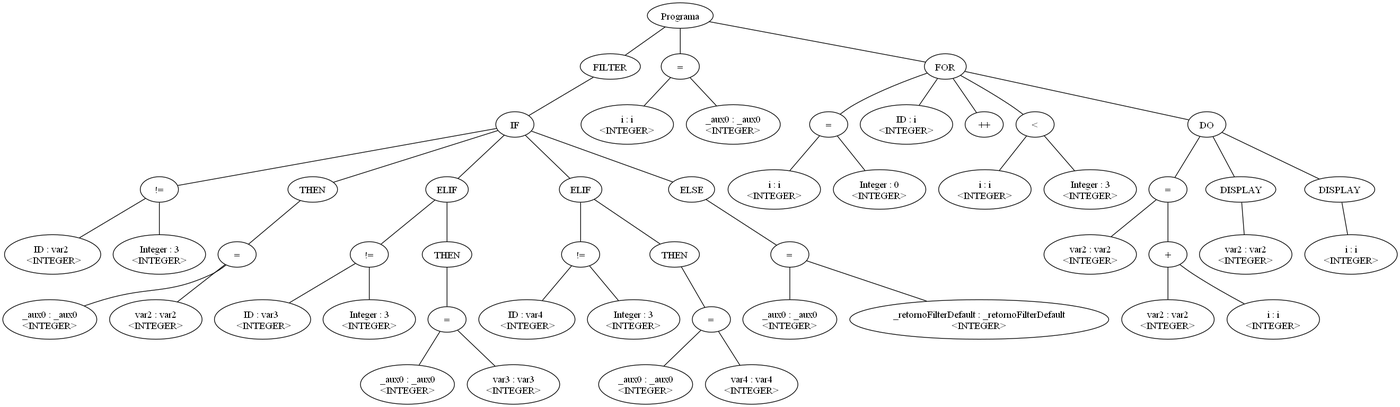
The Graphviz diagram arbol.png in leandroprios/compilador, before a commit. Its source is kept beside it as arbol.dot.
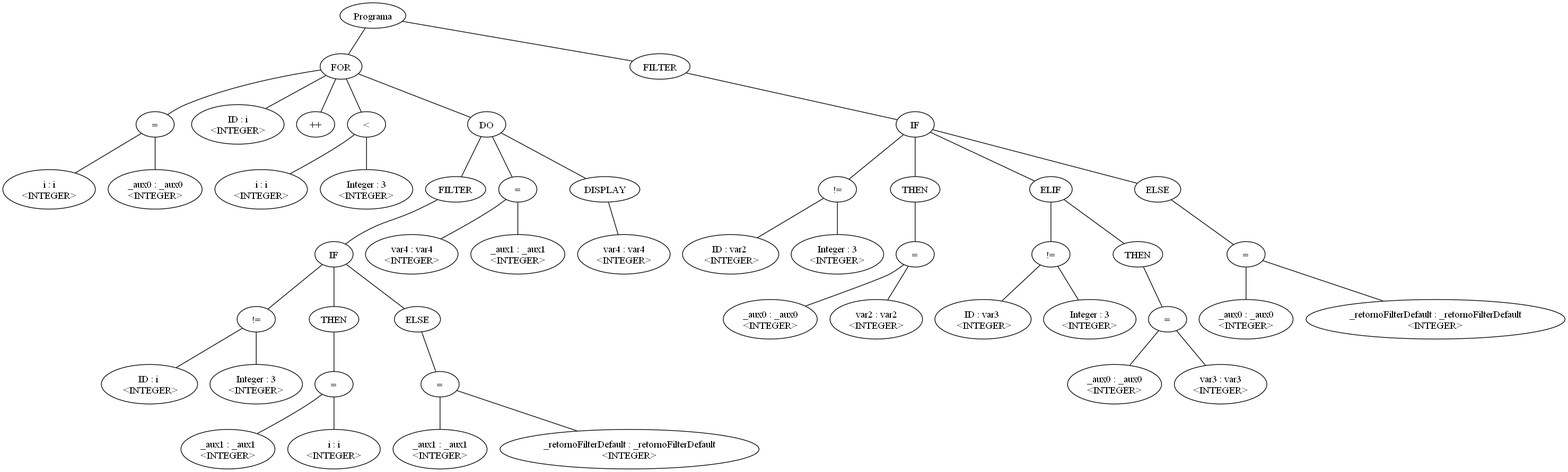
After the commit.

Change to the diagram source:
```diff
@@ -1,107 +1,103 @@
-graph G {nodo_96469881[label="Programa"]
-nodo_160537326[label="FILTER"]
-nodo_96469881--nodo_160537326
-nodo_524641204[label="IF"]
-nodo_160537326--nodo_524641204
-nodo_662877222[label="!="]
-nodo_524641204--nodo_662877222
-nodo_584888420[label="ID : var2
+graph G {nodo_1580000674[label="Programa"]
+nodo_1832519751[label="FOR"]
+nodo_1580000674--nodo_1832519751
+nodo_1469400821[label="FILTER"]
+nodo_1580000674--nodo_1469400821
+nodo_281303780[label="IF"]
+nodo_1469400821--nodo_281303780
+nodo_696036523[label="!="]
+nodo_281303780--nodo_696036523
+nodo_339341811[label="ID : var2
  <INTEGER>"]
-nodo_662877222--nodo_584888420
-nodo_656349243[label="Integer : 3\n<INTEGER>"]
-nodo_662877222--nodo_656349243
-nodo_326342575[label="="]
-nodo_860470169--nodo_326342575
-nodo_568468067[label="_aux0 : _aux0\n<INTEGER>"]
-nodo_326342575--nodo_568468067
-nodo_1719331243[label="var2 : var2\n<INTEGER>"]
-nodo_326342575--nodo_1719331243
-nodo_524641204--nodo_860470169
-nodo_860470169[label="THEN"]
-nodo_972811167[label="ELIF"]
-nodo_524641204--nodo_972811167
-nodo_909827552[label="!="]
-nodo_972811167--nodo_909827552
-nodo_117112958[label="ID : var3
+nodo_696036523--nodo_339341811
+nodo_1768337263[label="Integer : 3\n<INTEGER>"]
+nodo_696036523--nodo_1768337263
+nodo_1531431901[label="="]
+nodo_406382710--nodo_1531431901
+nodo_387067370[label="_aux0 : _aux0\n<INTEGER>"]
+nodo_1531431901--nodo_387067370
+nodo_1291841682[label="var2 : var2\n<INTEGER>"]
+nodo_1531431901--nodo_1291841682
+nodo_281303780--nodo_406382710
+nodo_406382710[label="THEN"]
+nodo_280900533[label="ELIF"]
+nodo_281303780--nodo_280900533
+nodo_1975651164[label="!="]
+nodo_280900533--nodo_1975651164
+nodo_1933116787[label="ID : var3
  <INTEGER>"]
-nodo_909827552--nodo_117112958
-nodo_939366075[label="Integer : 3\n<INTEGER>"]
-nodo_909827552--nodo_939366075
-nodo_972811167--nodo_11048890
-nodo_11048890[label="THEN"]
-nodo_1362900168[label="="]
-nodo_11048890--nodo_1362900168
-nodo_831071954[label="_aux0 : _aux0\n<INTEGER>"]
-nodo_1362900168--nodo_831071954
-nodo_1865365613[label="var3 : var3\n<INTEGER>"]
-nodo_1362900168--nodo_1865365613
-nodo_876356477[label="ELIF"]
-nodo_524641204--nodo_876356477
-nodo_76995398[label="!="]
-nodo_876356477--nodo_76995398
-nodo_2094121648[label="ID : var4
+nodo_1975651164--nodo_1933116787
+nodo_1089536230[label="Integer : 3\n<INTEGER>"]
+nodo_1975651164--nodo_1089536230
+nodo_280900533--nodo_296785517
+nodo_296785517[label="THEN"]
+nodo_557035734[label="="]
+nodo_296785517--nodo_557035734
+nodo_1154406215[label="_aux0 : _aux0\n<INTEGER>"]
+nodo_557035734--nodo_1154406215
+nodo_2145861680[label="var3 : var3\n<INTEGER>"]
+nodo_557035734--nodo_2145861680
+nodo_281303780--nodo_53399953
+nodo_53399953[label="ELSE"]
+nodo_937007386[label="="]
+nodo_53399953--nodo_937007386
+nodo_189803063[label="_aux0 : _aux0\n<INTEGER>"]
+nodo_937007386--nodo_189803063
+nodo_966177013[label="_retornoFilterDefault : _retornoFilterDefault\n<INTEGER>"]
+nodo_937007386--nodo_966177013
+nodo_2092269879[label="="]
+nodo_1832519751--nodo_2092269879
+nodo_123721458[label="i : i\n<INTEGER>"]
+nodo_2092269879--nodo_123721458
+nodo_232019388[label="_aux0 : _aux0\n<INTEGER>"]
+nodo_2092269879--nodo_232019388
+nodo_1832519751--nodo_1369823452
+nodo_1369823452[label="ID : i\n<INTEGER>"]
+nodo_1832519751--nodo_29973995
+nodo_29973995[label="++"]
+nodo_674524252[label="<"]
+nodo_1832519751--nodo_674524252
+nodo_132298067[label="i : i\n<INTEGER>"]
+nodo_674524252--nodo_132298067
+nodo_1284478529[label="Integer : 3\n<INTEGER>"]
+nodo_674524252--nodo_1284478529
+nodo_1832519751--nodo_688974974
+nodo_688974974[label="DO"]
+nodo_856933428[label="FILTER"]
+nodo_688974974--nodo_856933428
+nodo_944638086[label="IF"]
+nodo_856933428--nodo_944638086
+nodo_705985265[label="!="]
+nodo_944638086--nodo_705985265
+nodo_437898348[label="ID : i
  <INTEGER>"]
-nodo_76995398--nodo_2094121648
-nodo_1789620503[label="Integer : 3\n<INTEGER>"]
-nodo_76995398--nodo_1789620503
-nodo_876356477--nodo_103340608
-nodo_103340608[label="THEN"]
-nodo_1071218932[label="="]
-nodo_103340608--nodo_1071218932
-nodo_229060770[label="_aux0 : _aux0\n<INTEGER>"]
-nodo_1071218932--nodo_229060770
-nodo_2140252132[label="var4 : var4\n<INTEGER>"]
-nodo_1071218932--nodo_2140252132
-nodo_524641204--nodo_513536233
-nodo_513536233[label="ELSE"]
-nodo_1308836552[label="="]
-nodo_513536233--nodo_1308836552
-nodo_1034855900[label="_aux0 : _aux0\n<INTEGER>"]
-nodo_1308836552--nodo_1034855900
-nodo_154710251[label="_retornoFilterDefault : _retornoFilterDefault\n<INTEGER>"]
-nodo_1308836552--nodo_154710251
-nodo_2070190255[label="="]
-nodo_96469881--nodo_2070190255
-nodo_799379465[label="i : i\n<INTEGER>"]
-nodo_2070190255--nodo_799379465
-nodo_1743605860[label="_aux0 : _aux0\n<INTEGER>"]
-nodo_2070190255--nodo_1743605860
-nodo_731782042[label="FOR"]
-nodo_96469881--nodo_731782042
-nodo_1960861606[label="="]
-nodo_731782042--nodo_1960861606
-nodo_2009513195[label="i : i\n<INTEGER>"]
-nodo_1960861606--nodo_2009513195
-nodo_2049293319[label="Integer : 0\n<INTEGER>"]
-nodo_1960861606--nodo_2049293319
-nodo_731782042--nodo_1465343212
-nodo_1465343212[label="ID : i\n<INTEGER>"]
-nodo_731782042--nodo_565983762
-nodo_565983762[label="++"]
-nodo_364155657[label="<"]
-nodo_731782042--nodo_364155657
-nodo_1109835836[label="i : i\n<INTEGER>"]
-nodo_364155657--nodo_1109835836
-nodo_34217664[label="Integer : 3\n<INTEGER>"]
-nodo_364155657--nodo_34217664
-nodo_731782042--nodo_558722972
-nodo_558722972[label="DO"]
-nodo_1868005969[label="="]
-nodo_558722972--nodo_1868005969
-nodo_1581938793[label="var2 : var2\n<INTEGER>"]
-nodo_1868005969--nodo_1581938793
-nodo_714699964[label="+"]
-nodo_1868005969--nodo_714699964
-nodo_2025292593[label="var2 : var2\n<INTEGER>"]
-nodo_714699964--nodo_2025292593
-nodo_723633020[label="i : i\n<INTEGER>"]
-nodo_714699964--nodo_723633020
-nodo_648376129[label="DISPLAY"]
-nodo_558722972--nodo_648376129
-nodo_1207489469[label="var2 : var2\n<INTEGER>"]
-nodo_648376129--nodo_1207489469
-nodo_59928184[label="DISPLAY"]
-nodo_558722972--nodo_59928184
-nodo_638416725[label="i : i\n<INTEGER>"]
-nodo_59928184--nodo_638416725
+nodo_705985265--nodo_437898348
+nodo_923175295[label="Integer : 3\n<INTEGER>"]
+nodo_705985265--nodo_923175295
+nodo_2143595809[label="="]
+nodo_811806317--nodo_2143595809
+nodo_1980666842[label="_aux1 : _aux1\n<INTEGER>"]
+nodo_2143595809--nodo_1980666842
+nodo_572541915[label="i : i\n<INTEGER>"]
+nodo_2143595809--nodo_572541915
+nodo_944638086--nodo_811806317
+nodo_811806317[label="THEN"]
+nodo_944638086--nodo_490631993
+nodo_490631993[label="ELSE"]
+nodo_569275281[label="="]
+nodo_490631993--nodo_569275281
+nodo_2065264424[label="_aux1 : _aux1\n<INTEGER>"]
+nodo_569275281--nodo_2065264424
+nodo_2039194578[label="_retornoFilterDefault : _retornoFilterDefault\n<INTEGER>"]
+nodo_569275281--nodo_2039194578
+nodo_1507152299[label="="]
+nodo_688974974--nodo_1507152299
+nodo_192267259[label="var4 : var4\n<INTEGER>"]
+nodo_1507152299--nodo_192267259
+nodo_992316818[label="_aux1 : _aux1\n<INTEGER>"]
+nodo_1507152299--nodo_992316818
+nodo_521415703[label="DISPLAY"]
+nodo_688974974--nodo_521415703
+nodo_1816096343[label="var4 : var4\n<INTEGER>"]
+nodo_521415703--nodo_1816096343
 }
```
